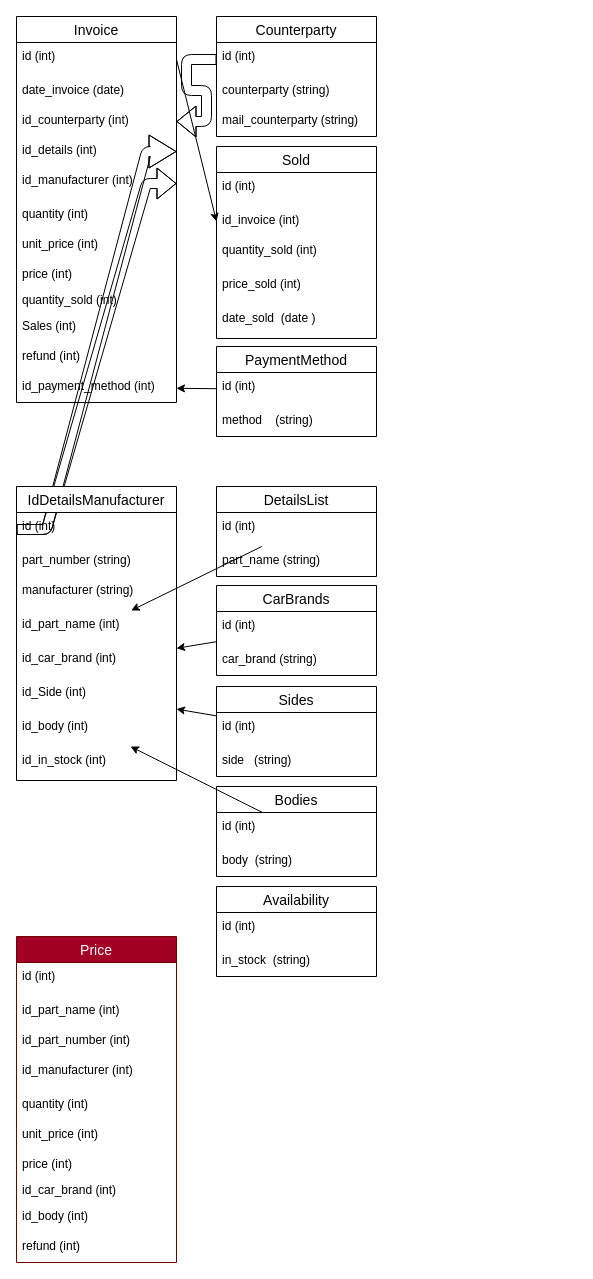
Above: db.drawio in Ruslan-qu/accounting (draw.io), before the change. Source tidied: cells renumbered, new cells numbered last; positions are measured from the earlier drawing's top-left corner, leaving out a move shared by most shapes. Both pictures are drawn from the tidied source at 100%, with x=0, y=0 at pixel (16, 16).
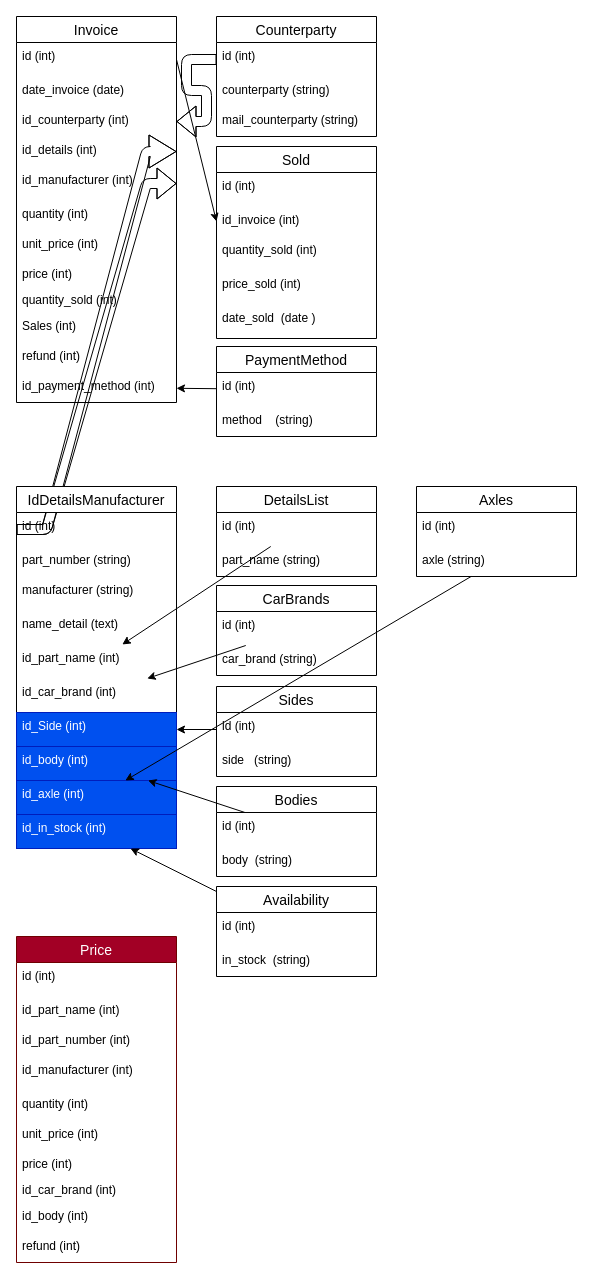
After the change.

The change refers to these unchanged cells:
```xml
<mxCell id="69" value="Availability" style="swimlane;fontStyle=0;horizontal=1;startSize=26;align=center;fontSize=14;" parent="1" vertex="1">
  <mxGeometry x="200" y="870" width="160" height="90" as="geometry" />
</mxCell>
```

The edit, as a diff of the source:
```diff
@@
     <mxCell id="58" value="IdDetailsManufacturer" style="swimlane;fontStyle=0;horizontal=1;startSize=26;align=center;fontSize=14;" parent="1" vertex="1">
-      <mxGeometry y="470" width="160" height="294" as="geometry" />
+      <mxGeometry y="470" width="160" height="362" as="geometry" />
     </mxCell>
@@
+    <mxCell id="66" value="name_detail (text)" style="text;spacingLeft=4;spacingRight=4;overflow=hidden;fontSize=12;" parent="58" vertex="1">
+      <mxGeometry y="124" width="160" height="34" as="geometry" />
+    </mxCell>
     <mxCell id="62" value="id_part_name (int)" style="text;spacingLeft=4;spacingRight=4;overflow=hidden;points=[[0,0.5],[1,0.5]];portConstraint=eastwest;fontSize=12;" parent="58" vertex="1">
-      <mxGeometry y="124" width="160" height="34" as="geometry" />
+      <mxGeometry y="158" width="160" height="34" as="geometry" />
     </mxCell>
     <mxCell id="63" value="id_car_brand (int)" style="text;spacingLeft=4;spacingRight=4;overflow=hidden;points=[[0,0.5],[1,0.5]];portConstraint=eastwest;fontSize=12;" parent="58" vertex="1">
-      <mxGeometry y="158" width="160" height="34" as="geometry" />
+      <mxGeometry y="192" width="160" height="34" as="geometry" />
     </mxCell>
-    <mxCell id="64" value="id_Side (int)" style="text;spacingLeft=4;spacingRight=4;overflow=hidden;points=[[0,0.5],[1,0.5]];portConstraint=eastwest;fontSize=12;" parent="58" vertex="1">
-      <mxGeometry y="192" width="160" height="34" as="geometry" />
+    <mxCell id="64" value="id_Side (int)" style="text;spacingLeft=4;spacingRight=4;overflow=hidden;points=[[0,0.5],[1,0.5]];portConstraint=eastwest;fontSize=12;fillColor=#0050ef;fontColor=#ffffff;strokeColor=#001DBC;" parent="58" vertex="1">
+      <mxGeometry y="226" width="160" height="34" as="geometry" />
     </mxCell>
-    <mxCell id="65" value="id_body (int)" style="text;spacingLeft=4;spacingRight=4;overflow=hidden;points=[[0,0.5],[1,0.5]];portConstraint=eastwest;fontSize=12;" parent="58" vertex="1">
-      <mxGeometry y="226" width="160" height="34" as="geometry" />
+    <mxCell id="65" value="id_body (int)" style="text;spacingLeft=4;spacingRight=4;overflow=hidden;points=[[0,0.5],[1,0.5]];portConstraint=eastwest;fontSize=12;fillColor=#0050ef;fontColor=#ffffff;strokeColor=#001DBC;" parent="58" vertex="1">
+      <mxGeometry y="260" width="160" height="34" as="geometry" />
     </mxCell>
-    <mxCell id="66" value="id_in_stock (int)" style="text;spacingLeft=4;spacingRight=4;overflow=hidden;fontSize=12;" parent="58" vertex="1">
-      <mxGeometry y="260" width="160" height="34" as="geometry" />
-    </mxCell>
+    <mxCell id="72" value="id_axle (int)" style="text;spacingLeft=4;spacingRight=4;overflow=hidden;points=[[0,0.5],[1,0.5]];portConstraint=eastwest;fontSize=12;fillColor=#0050ef;fontColor=#ffffff;strokeColor=#001DBC;" parent="58" vertex="1">
+      <mxGeometry y="294" width="160" height="34" as="geometry" />
+    </mxCell>
+    <mxCell id="73" value="id_in_stock (int)" style="text;spacingLeft=4;spacingRight=4;overflow=hidden;points=[[0,0.5],[1,0.5]];portConstraint=eastwest;fontSize=12;fillColor=#0050ef;fontColor=#ffffff;strokeColor=#001DBC;" parent="58" vertex="1">
+      <mxGeometry y="328" width="160" height="34" as="geometry" />
+    </mxCell>
@@
+    <mxCell id="74" style="edgeStyle=none;html=1;" parent="1" edge="1" source="69" target="73">
+      <mxGeometry relative="1" as="geometry" />
+    </mxCell>
@@
+    <mxCell id="75" value="Axles" style="swimlane;fontStyle=0;horizontal=1;startSize=26;align=center;fontSize=14;" parent="1" vertex="1">
+      <mxGeometry x="400" y="470" width="160" height="90" as="geometry" />
+    </mxCell>
+    <mxCell id="76" value="id (int)" style="text;strokeColor=none;fillColor=none;spacingLeft=4;spacingRight=4;overflow=hidden;fontSize=12;" parent="75" vertex="1">
+      <mxGeometry y="26" width="160" height="34" as="geometry" />
+    </mxCell>
+    <mxCell id="77" value="axle (string)" style="text;strokeColor=none;fillColor=none;spacingLeft=4;spacingRight=4;overflow=hidden;points=[[0,0.5],[1,0.5]];portConstraint=eastwest;fontSize=12;" parent="75" vertex="1">
+      <mxGeometry y="60" width="160" height="30" as="geometry" />
+    </mxCell>
+    <mxCell id="78" style="edgeStyle=none;html=1;" parent="1" edge="1" source="77" target="72">
+      <mxGeometry relative="1" as="geometry" />
+    </mxCell>
```
